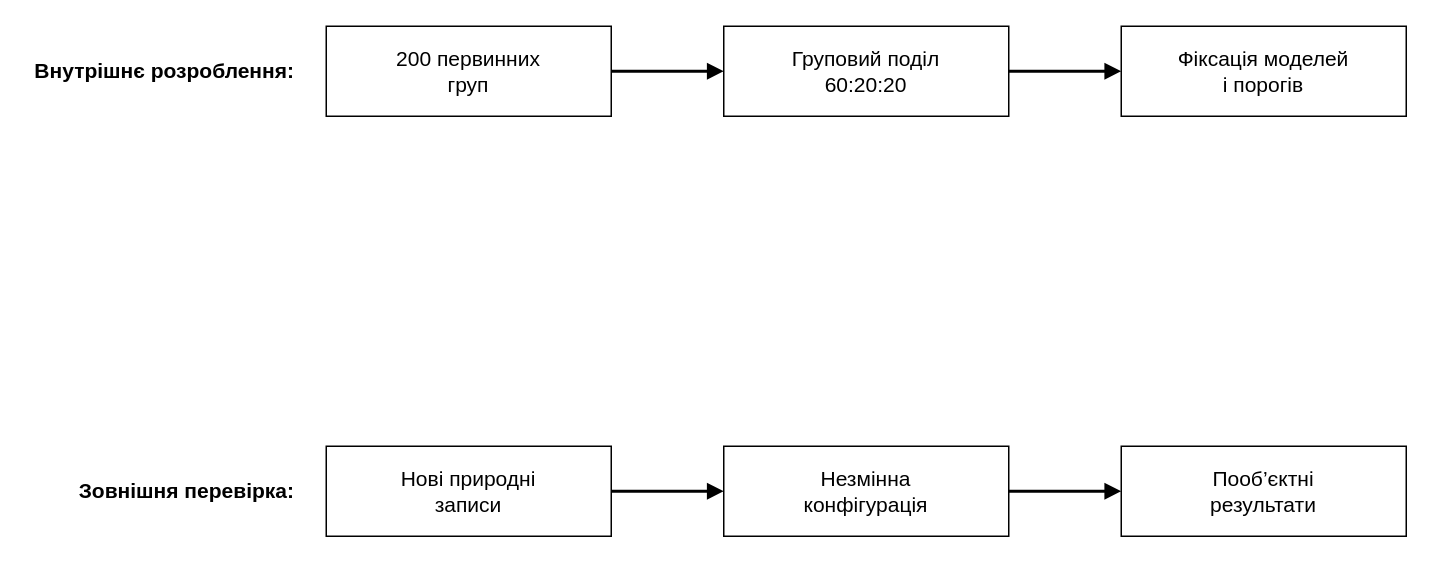
Before: title/figures_drawio/fig_4_3_experiment_protocol.drawio in oleksandrmelnychenko/dima-phd, a draw.io diagram. Source tidied: cells renumbered, new cells numbered last; positions are measured from the earlier drawing's top-left corner, leaving out a move shared by most shapes. Both pictures are drawn from the tidied source at 150%, with x=0, y=0 at pixel (26, 26).
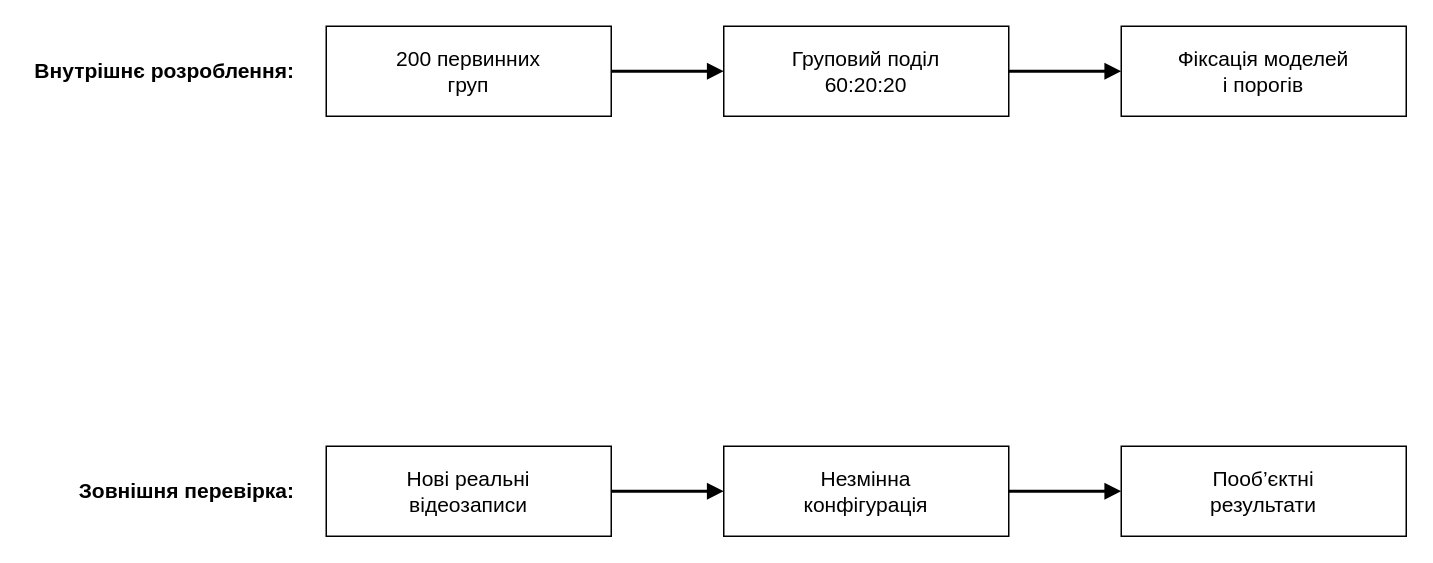
The same diagram, later.

Change to the diagram source:
```diff
@@
 <mxGraphModel>
   <root>
     <mxCell id="0" />
     <mxCell id="1" parent="0" />
     <mxCell id="2" value="Внутрішнє розроблення:" style="text;html=1;align=right;verticalAlign=middle;fontSize=14;fontStyle=1;fontColor=#000000;" parent="1" vertex="1">
       <mxGeometry y="10" width="180" height="40" as="geometry" />
     </mxCell>
     <mxCell id="3" value="200 первинних&lt;br&gt;груп" style="rounded=0;whiteSpace=wrap;html=1;fillColor=#ffffff;strokeColor=#000000;fontColor=#000000;fontSize=14;align=center;verticalAlign=middle;" parent="1" vertex="1">
       <mxGeometry x="200" width="190" height="60" as="geometry" />
     </mxCell>
     <mxCell id="4" value="Груповий поділ&lt;br&gt;60:20:20" style="rounded=0;whiteSpace=wrap;html=1;fillColor=#ffffff;strokeColor=#000000;fontColor=#000000;fontSize=14;align=center;verticalAlign=middle;" parent="1" vertex="1">
       <mxGeometry x="465" width="190" height="60" as="geometry" />
     </mxCell>
     <mxCell id="5" value="Фіксація моделей&lt;br&gt;і порогів" style="rounded=0;whiteSpace=wrap;html=1;fillColor=#ffffff;strokeColor=#000000;fontColor=#000000;fontSize=14;align=center;verticalAlign=middle;" parent="1" vertex="1">
       <mxGeometry x="730" width="190" height="60" as="geometry" />
     </mxCell>
     <mxCell id="6" value="Зовнішня перевірка:" style="text;html=1;align=right;verticalAlign=middle;fontSize=14;fontStyle=1;fontColor=#000000;" parent="1" vertex="1">
       <mxGeometry y="290" width="180" height="40" as="geometry" />
     </mxCell>
-    <mxCell id="7" value="Нові природні&lt;br&gt;записи" style="rounded=0;whiteSpace=wrap;html=1;fillColor=#ffffff;strokeColor=#000000;fontColor=#000000;fontSize=14;align=center;verticalAlign=middle;" parent="1" vertex="1">
+    <mxCell id="7" value="Нові реальні&lt;br&gt;відеозаписи" style="rounded=0;whiteSpace=wrap;html=1;fillColor=#ffffff;strokeColor=#000000;fontColor=#000000;fontSize=14;align=center;verticalAlign=middle;" parent="1" vertex="1">
       <mxGeometry x="200" y="280" width="190" height="60" as="geometry" />
     </mxCell>
     <mxCell id="8" value="Незмінна&lt;br&gt;конфігурація" style="rounded=0;whiteSpace=wrap;html=1;fillColor=#ffffff;strokeColor=#000000;fontColor=#000000;fontSize=14;align=center;verticalAlign=middle;" parent="1" vertex="1">
       <mxGeometry x="465" y="280" width="190" height="60" as="geometry" />
     </mxCell>
     <mxCell id="9" value="Пооб’єктні&lt;br&gt;результати" style="rounded=0;whiteSpace=wrap;html=1;fillColor=#ffffff;strokeColor=#000000;fontColor=#000000;fontSize=14;align=center;verticalAlign=middle;" parent="1" vertex="1">
       <mxGeometry x="730" y="280" width="190" height="60" as="geometry" />
     </mxCell>
     <mxCell id="10" style="edgeStyle=orthogonalEdgeStyle;jettySize=auto;html=1;exitX=1;exitY=0.5;exitDx=0;exitDy=0;entryX=0;entryY=0.5;entryDx=0;entryDy=0;endArrow=block;endFill=1;strokeColor=#000000;strokeWidth=2;" parent="1" edge="1" source="3" target="4">
       <mxGeometry relative="1" as="geometry" />
     </mxCell>
     <mxCell id="11" style="edgeStyle=orthogonalEdgeStyle;jettySize=auto;html=1;exitX=1;exitY=0.5;exitDx=0;exitDy=0;entryX=0;entryY=0.5;entryDx=0;entryDy=0;endArrow=block;endFill=1;strokeColor=#000000;strokeWidth=2;" parent="1" edge="1" source="4" target="5">
       <mxGeometry relative="1" as="geometry" />
     </mxCell>
     <mxCell id="12" style="edgeStyle=orthogonalEdgeStyle;jettySize=auto;html=1;exitX=1;exitY=0.5;exitDx=0;exitDy=0;entryX=0;entryY=0.5;entryDx=0;entryDy=0;endArrow=block;endFill=1;strokeColor=#000000;strokeWidth=2;" parent="1" edge="1" source="7" target="8">
       <mxGeometry relative="1" as="geometry" />
     </mxCell>
     <mxCell id="13" style="edgeStyle=orthogonalEdgeStyle;jettySize=auto;html=1;exitX=1;exitY=0.5;exitDx=0;exitDy=0;entryX=0;entryY=0.5;entryDx=0;entryDy=0;endArrow=block;endFill=1;strokeColor=#000000;strokeWidth=2;" parent="1" edge="1" source="8" target="9">
       <mxGeometry relative="1" as="geometry" />
     </mxCell>
   </root>
 </mxGraphModel>
```
